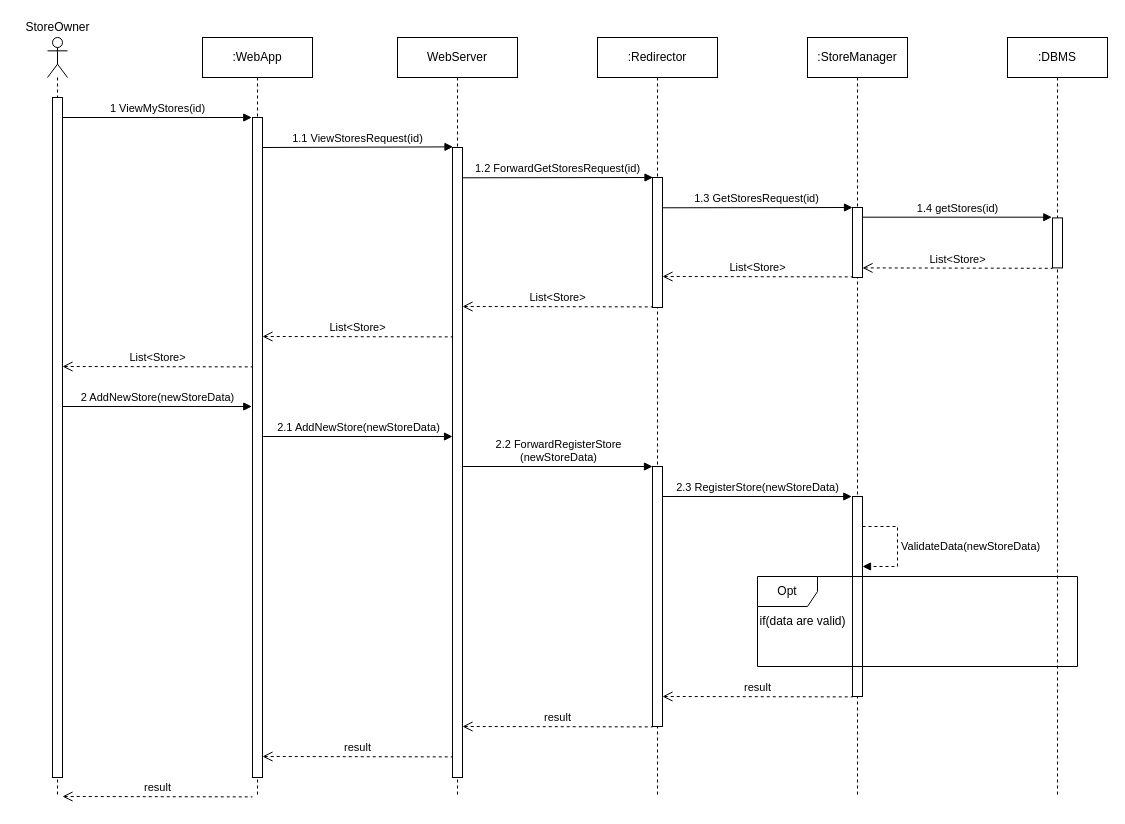
Above: DD/Images/RuntimeViewStoreReg.drawio in StefanoAzzone/AbelliAzzone (draw.io), before the change. Source tidied: cells renumbered, new cells numbered last; positions are measured from the earlier drawing's top-left corner, leaving out a move shared by most shapes. Both pictures are drawn from the tidied source at 100%, with x=0, y=0 at pixel (17, 17).
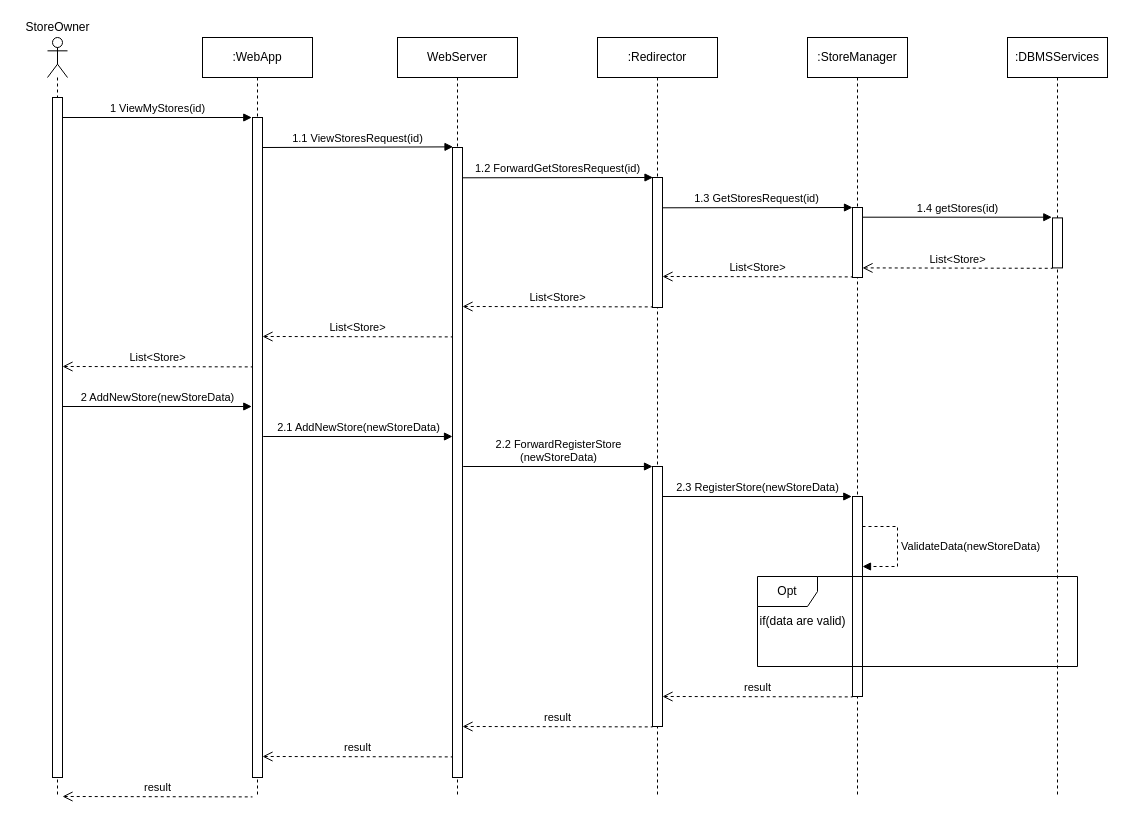
Above is the later version.

Diff of the diagram source:
```diff
@@
-    <mxCell id="7" value=":DBMS" style="shape=umlLifeline;perimeter=lifelinePerimeter;whiteSpace=wrap;html=1;" parent="1" vertex="1">
+    <mxCell id="7" value=":DBMSServices" style="shape=umlLifeline;perimeter=lifelinePerimeter;whiteSpace=wrap;html=1;" parent="1" vertex="1">
       <mxGeometry x="990" y="20" width="100" height="760" as="geometry" />
     </mxCell>
```
